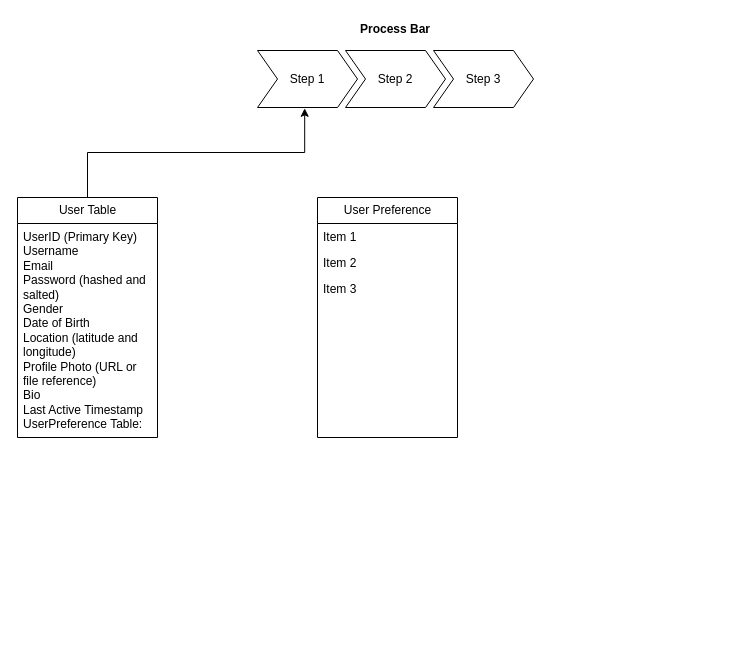
Above: Untitled Diagram.drawio in promiseer/MatchMate (draw.io), before the change. Source tidied: cells renumbered, new cells numbered last; positions are measured from the earlier drawing's top-left corner, leaving out a move shared by most shapes. Both pictures are drawn from the tidied source at 100%, with x=0, y=0 at pixel (17, 17).
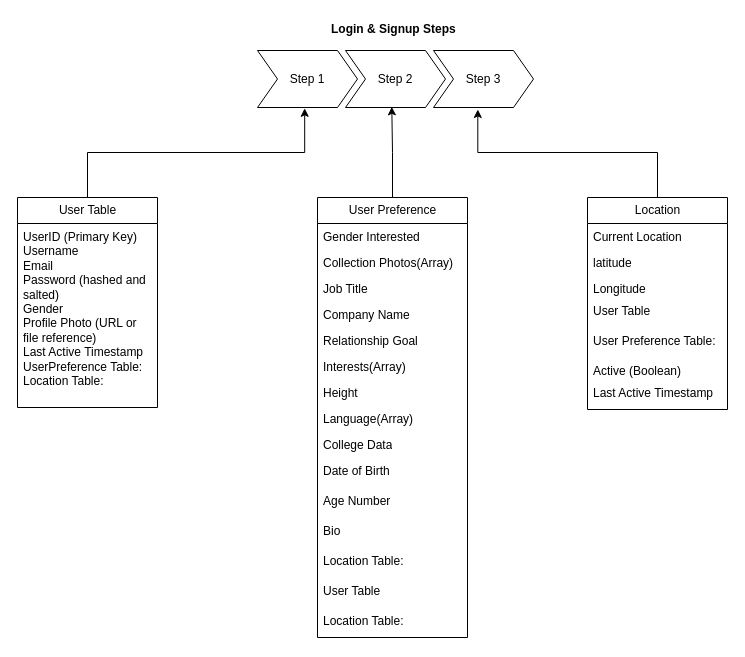
The same diagram, later.

The change refers to these unchanged cells:
```xml
<mxCell id="7" value="Step 2" style="shape=step;perimeter=stepPerimeter;fixedSize=1;points=[];whiteSpace=wrap;html=1;" parent="5" vertex="1">
  <mxGeometry x="98" y="33" width="100" height="57" as="geometry" />
</mxCell>
<mxCell id="8" value="Step 3" style="shape=step;perimeter=stepPerimeter;fixedSize=1;points=[];whiteSpace=wrap;html=1;" parent="5" vertex="1">
  <mxGeometry x="186" y="33" width="100" height="57" as="geometry" />
</mxCell>
```

Change to the diagram source:
```diff
@@
     <mxCell id="3" value="User Table" style="swimlane;fontStyle=0;horizontal=1;startSize=26;fillColor=none;html=1;" parent="1" vertex="1">
-      <mxGeometry y="180" width="140" height="240" as="geometry" />
+      <mxGeometry y="180" width="140" height="210" as="geometry" />
     </mxCell>
-    <mxCell id="4" value="&lt;div&gt;UserID (Primary Key)&lt;/div&gt;&lt;div&gt;Username&lt;/div&gt;&lt;div&gt;Email&lt;/div&gt;&lt;div&gt;Password (hashed and salted)&lt;/div&gt;&lt;div&gt;Gender&lt;/div&gt;&lt;div&gt;Date of Birth&lt;/div&gt;&lt;div&gt;Location (latitude and longitude)&lt;/div&gt;&lt;div&gt;Profile Photo (URL or file reference)&lt;/div&gt;&lt;div&gt;Bio&lt;/div&gt;&lt;div&gt;Last Active Timestamp&lt;/div&gt;&lt;div&gt;UserPreference Table:&lt;/div&gt;" style="text;strokeColor=none;fillColor=none;align=left;verticalAlign=top;spacingLeft=4;spacingRight=4;overflow=hidden;whiteSpace=wrap;html=1;" parent="3" vertex="1">
-      <mxGeometry y="26" width="140" height="214" as="geometry" />
+    <mxCell id="4" value="&lt;div&gt;UserID (Primary Key)&lt;/div&gt;&lt;div&gt;Username&lt;/div&gt;&lt;div&gt;Email&lt;/div&gt;&lt;div&gt;Password (hashed and salted)&lt;/div&gt;&lt;div&gt;Gender&lt;/div&gt;&lt;div&gt;&lt;span style=&quot;background-color: initial;&quot;&gt;Profile Photo (URL or file reference)&lt;/span&gt;&lt;br&gt;&lt;/div&gt;&lt;div&gt;Last Active Timestamp&lt;/div&gt;&lt;div&gt;UserPreference Table:&lt;/div&gt;&lt;div&gt;Location Table:&lt;/div&gt;" style="text;strokeColor=none;fillColor=none;align=left;verticalAlign=top;spacingLeft=4;spacingRight=4;overflow=hidden;whiteSpace=wrap;html=1;" parent="3" vertex="1">
+      <mxGeometry y="26" width="140" height="184" as="geometry" />
     </mxCell>
-    <mxCell id="5" value="Process Bar" style="swimlane;horizontal=1;fillColor=none;strokeColor=none;stackBorder=10;align=center;whiteSpace=wrap;html=1;" parent="1" vertex="1">
+    <mxCell id="5" value="Login &amp;amp; Signup Steps&amp;nbsp;" style="swimlane;horizontal=1;fillColor=none;strokeColor=none;stackBorder=10;align=center;whiteSpace=wrap;html=1;" parent="1" vertex="1">
       <mxGeometry x="230" width="296" height="100" as="geometry" />
     </mxCell>
@@
+    <mxCell id="13" style="edgeStyle=orthogonalEdgeStyle;rounded=0;jettySize=auto;html=1;exitX=0.5;exitY=0;exitDx=0;exitDy=0;entryX=0.463;entryY=0.988;entryDx=0;entryDy=0;entryPerimeter=0;" parent="1" edge="1" source="9" target="7">
+      <mxGeometry relative="1" as="geometry" />
+    </mxCell>
     <mxCell id="9" value="User Preference" style="swimlane;fontStyle=0;horizontal=1;startSize=26;fillColor=none;html=1;" parent="1" vertex="1">
-      <mxGeometry x="300" y="180" width="140" height="240" as="geometry" />
+      <mxGeometry x="300" y="180" width="150" height="440" as="geometry" />
     </mxCell>
-    <mxCell id="10" value="Item 1" style="text;strokeColor=none;fillColor=none;align=left;verticalAlign=top;spacingLeft=4;spacingRight=4;overflow=hidden;whiteSpace=wrap;html=1;" parent="9" vertex="1">
-      <mxGeometry y="26" width="140" height="26" as="geometry" />
+    <mxCell id="10" value="Gender Interested" style="text;strokeColor=none;fillColor=none;align=left;verticalAlign=top;spacingLeft=4;spacingRight=4;overflow=hidden;whiteSpace=wrap;html=1;" parent="9" vertex="1">
+      <mxGeometry y="26" width="150" height="26" as="geometry" />
     </mxCell>
-    <mxCell id="11" value="Item 2" style="text;strokeColor=none;fillColor=none;align=left;verticalAlign=top;spacingLeft=4;spacingRight=4;overflow=hidden;whiteSpace=wrap;html=1;" parent="9" vertex="1">
-      <mxGeometry y="52" width="140" height="26" as="geometry" />
+    <mxCell id="11" value="Collection Photos(Array)" style="text;strokeColor=none;fillColor=none;align=left;verticalAlign=top;spacingLeft=4;spacingRight=4;overflow=hidden;whiteSpace=wrap;html=1;" parent="9" vertex="1">
+      <mxGeometry y="52" width="150" height="26" as="geometry" />
     </mxCell>
+    <mxCell id="14" value="Job Title" style="text;strokeColor=none;fillColor=none;align=left;verticalAlign=top;spacingLeft=4;spacingRight=4;overflow=hidden;whiteSpace=wrap;html=1;" parent="9" vertex="1">
+      <mxGeometry y="78" width="150" height="26" as="geometry" />
+    </mxCell>
+    <mxCell id="15" value="Company Name" style="text;strokeColor=none;fillColor=none;align=left;verticalAlign=top;spacingLeft=4;spacingRight=4;overflow=hidden;whiteSpace=wrap;html=1;" parent="9" vertex="1">
+      <mxGeometry y="104" width="150" height="26" as="geometry" />
+    </mxCell>
+    <mxCell id="16" value="Relationship Goal" style="text;strokeColor=none;fillColor=none;align=left;verticalAlign=top;spacingLeft=4;spacingRight=4;overflow=hidden;whiteSpace=wrap;html=1;" parent="9" vertex="1">
+      <mxGeometry y="130" width="150" height="26" as="geometry" />
+    </mxCell>
+    <mxCell id="17" value="Interests(Array)" style="text;strokeColor=none;fillColor=none;align=left;verticalAlign=top;spacingLeft=4;spacingRight=4;overflow=hidden;whiteSpace=wrap;html=1;" parent="9" vertex="1">
+      <mxGeometry y="156" width="150" height="26" as="geometry" />
+    </mxCell>
+    <mxCell id="18" value="Height" style="text;strokeColor=none;fillColor=none;align=left;verticalAlign=top;spacingLeft=4;spacingRight=4;overflow=hidden;whiteSpace=wrap;html=1;" parent="9" vertex="1">
+      <mxGeometry y="182" width="150" height="26" as="geometry" />
+    </mxCell>
+    <mxCell id="19" value="Language(Array)" style="text;strokeColor=none;fillColor=none;align=left;verticalAlign=top;spacingLeft=4;spacingRight=4;overflow=hidden;whiteSpace=wrap;html=1;" parent="9" vertex="1">
+      <mxGeometry y="208" width="150" height="26" as="geometry" />
+    </mxCell>
-    <mxCell id="12" value="Item 3" style="text;strokeColor=none;fillColor=none;align=left;verticalAlign=top;spacingLeft=4;spacingRight=4;overflow=hidden;whiteSpace=wrap;html=1;" parent="9" vertex="1">
-      <mxGeometry y="78" width="140" height="162" as="geometry" />
+    <mxCell id="12" value="College Data" style="text;strokeColor=none;fillColor=none;align=left;verticalAlign=top;spacingLeft=4;spacingRight=4;overflow=hidden;whiteSpace=wrap;html=1;" parent="9" vertex="1">
+      <mxGeometry y="234" width="150" height="26" as="geometry" />
     </mxCell>
+    <mxCell id="20" value="Date of Birth" style="text;strokeColor=none;fillColor=none;align=left;verticalAlign=top;spacingLeft=4;spacingRight=4;overflow=hidden;whiteSpace=wrap;html=1;" parent="9" vertex="1">
+      <mxGeometry y="260" width="150" height="30" as="geometry" />
+    </mxCell>
+    <mxCell id="21" value="Age Number" style="text;strokeColor=none;fillColor=none;align=left;verticalAlign=top;spacingLeft=4;spacingRight=4;overflow=hidden;whiteSpace=wrap;html=1;" parent="9" vertex="1">
+      <mxGeometry y="290" width="150" height="30" as="geometry" />
+    </mxCell>
+    <mxCell id="22" value="Bio" style="text;strokeColor=none;fillColor=none;align=left;verticalAlign=top;spacingLeft=4;spacingRight=4;overflow=hidden;whiteSpace=wrap;html=1;" parent="9" vertex="1">
+      <mxGeometry y="320" width="150" height="30" as="geometry" />
+    </mxCell>
+    <mxCell id="23" value="Location Table:" style="text;strokeColor=none;fillColor=none;align=left;verticalAlign=top;spacingLeft=4;spacingRight=4;overflow=hidden;whiteSpace=wrap;html=1;" parent="9" vertex="1">
+      <mxGeometry y="350" width="150" height="30" as="geometry" />
+    </mxCell>
+    <mxCell id="24" value="User Table" style="text;strokeColor=none;fillColor=none;align=left;verticalAlign=top;spacingLeft=4;spacingRight=4;overflow=hidden;whiteSpace=wrap;html=1;" parent="9" vertex="1">
+      <mxGeometry y="380" width="150" height="30" as="geometry" />
+    </mxCell>
+    <mxCell id="25" value="Location Table:" style="text;strokeColor=none;fillColor=none;align=left;verticalAlign=top;spacingLeft=4;spacingRight=4;overflow=hidden;whiteSpace=wrap;html=1;" parent="9" vertex="1">
+      <mxGeometry y="410" width="150" height="30" as="geometry" />
+    </mxCell>
+    <mxCell id="26" style="edgeStyle=orthogonalEdgeStyle;rounded=0;jettySize=auto;html=1;exitX=0.5;exitY=0;exitDx=0;exitDy=0;entryX=0.443;entryY=1.035;entryDx=0;entryDy=0;entryPerimeter=0;" parent="1" edge="1" source="27" target="8">
+      <mxGeometry relative="1" as="geometry" />
+    </mxCell>
+    <mxCell id="27" value="Location" style="swimlane;fontStyle=0;horizontal=1;startSize=26;fillColor=none;html=1;" parent="1" vertex="1">
+      <mxGeometry x="570" y="180" width="140" height="212" as="geometry" />
+    </mxCell>
+    <mxCell id="28" value="Current Location" style="text;strokeColor=none;fillColor=none;align=left;verticalAlign=top;spacingLeft=4;spacingRight=4;overflow=hidden;whiteSpace=wrap;html=1;" parent="27" vertex="1">
+      <mxGeometry y="26" width="140" height="26" as="geometry" />
+    </mxCell>
+    <mxCell id="29" value="latitude&amp;nbsp;" style="text;strokeColor=none;fillColor=none;align=left;verticalAlign=top;spacingLeft=4;spacingRight=4;overflow=hidden;whiteSpace=wrap;html=1;" parent="27" vertex="1">
+      <mxGeometry y="52" width="140" height="26" as="geometry" />
+    </mxCell>
+    <mxCell id="30" value="Longitude" style="text;strokeColor=none;fillColor=none;align=left;verticalAlign=top;spacingLeft=4;spacingRight=4;overflow=hidden;whiteSpace=wrap;html=1;" parent="27" vertex="1">
+      <mxGeometry y="78" width="140" height="22" as="geometry" />
+    </mxCell>
+    <mxCell id="31" value="User Table" style="text;strokeColor=none;fillColor=none;align=left;verticalAlign=top;spacingLeft=4;spacingRight=4;overflow=hidden;whiteSpace=wrap;html=1;" parent="27" vertex="1">
+      <mxGeometry y="100" width="140" height="30" as="geometry" />
+    </mxCell>
+    <mxCell id="32" value="User Preference Table:" style="text;strokeColor=none;fillColor=none;align=left;verticalAlign=top;spacingLeft=4;spacingRight=4;overflow=hidden;whiteSpace=wrap;html=1;" parent="27" vertex="1">
+      <mxGeometry y="130" width="140" height="30" as="geometry" />
+    </mxCell>
+    <mxCell id="33" value="Active (Boolean)" style="text;strokeColor=none;fillColor=none;align=left;verticalAlign=top;spacingLeft=4;spacingRight=4;overflow=hidden;whiteSpace=wrap;html=1;" parent="27" vertex="1">
+      <mxGeometry y="160" width="140" height="22" as="geometry" />
+    </mxCell>
+    <mxCell id="34" value="Last Active Timestamp" style="text;strokeColor=none;fillColor=none;align=left;verticalAlign=top;spacingLeft=4;spacingRight=4;overflow=hidden;whiteSpace=wrap;html=1;" parent="27" vertex="1">
+      <mxGeometry y="182" width="140" height="30" as="geometry" />
+    </mxCell>
```
